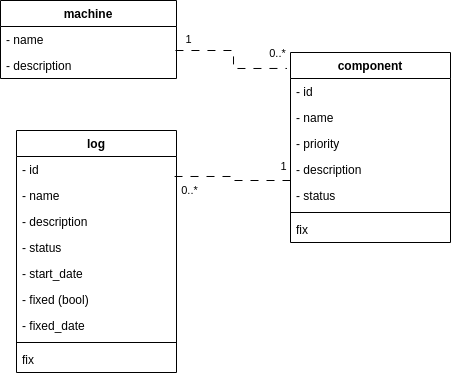
This is Docs/images/class_diagram.drawio.png from mmed-hajnasr/upkeep, a draw.io export, as it was before one commit. Source tidied: cells renumbered, new cells last; positions are measured from the earlier drawing's top-left corner, leaving out a move shared by most shapes.
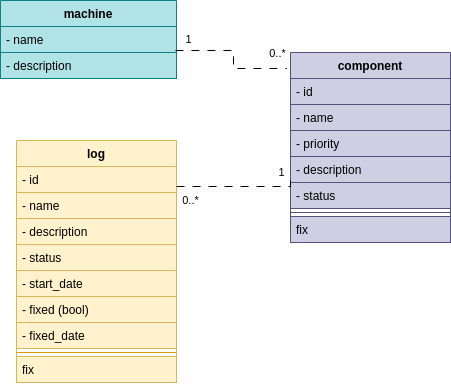
After the change.

Change to the diagram source:
```diff
@@ -2,37 +2,37 @@
   <root>
     <mxCell id="0" />
     <mxCell id="1" parent="0" />
-    <mxCell id="2" value="machine" style="swimlane;fontStyle=1;align=center;verticalAlign=top;horizontal=1;startSize=26;whiteSpace=wrap;html=1;" parent="1" vertex="1">
+    <mxCell id="2" value="machine" style="swimlane;fontStyle=1;align=center;verticalAlign=top;horizontal=1;startSize=26;whiteSpace=wrap;html=1;fillColor=#b0e3e6;strokeColor=#0e8088;" parent="1" vertex="1">
       <mxGeometry width="176" height="78" as="geometry" />
     </mxCell>
-    <mxCell id="3" value="- name" style="text;align=left;verticalAlign=top;spacingLeft=4;spacingRight=4;overflow=hidden;points=[[0,0.5],[1,0.5]];portConstraint=eastwest;whiteSpace=wrap;html=1;" parent="2" vertex="1">
+    <mxCell id="3" value="- name" style="text;align=left;verticalAlign=top;spacingLeft=4;spacingRight=4;overflow=hidden;points=[[0,0.5],[1,0.5]];portConstraint=eastwest;whiteSpace=wrap;html=1;fillColor=#b0e3e6;strokeColor=#0e8088;" parent="2" vertex="1">
       <mxGeometry y="26" width="176" height="26" as="geometry" />
     </mxCell>
-    <mxCell id="4" value="- description" style="text;align=left;verticalAlign=top;spacingLeft=4;spacingRight=4;overflow=hidden;whiteSpace=wrap;html=1;" parent="2" vertex="1">
+    <mxCell id="4" value="- description" style="text;align=left;verticalAlign=top;spacingLeft=4;spacingRight=4;overflow=hidden;whiteSpace=wrap;html=1;fillColor=#b0e3e6;strokeColor=#0e8088;" parent="2" vertex="1">
       <mxGeometry y="52" width="176" height="26" as="geometry" />
     </mxCell>
-    <mxCell id="5" value="component" style="swimlane;fontStyle=1;align=center;verticalAlign=top;horizontal=1;startSize=26;whiteSpace=wrap;html=1;" parent="1" vertex="1">
+    <mxCell id="5" value="component" style="swimlane;fontStyle=1;align=center;verticalAlign=top;horizontal=1;startSize=26;whiteSpace=wrap;html=1;fillColor=#d0cee2;strokeColor=#56517e;" parent="1" vertex="1">
       <mxGeometry x="290" y="52" width="160" height="190" as="geometry" />
     </mxCell>
-    <mxCell id="6" value="- id" style="text;strokeColor=none;fillColor=none;align=left;verticalAlign=top;spacingLeft=4;spacingRight=4;overflow=hidden;whiteSpace=wrap;html=1;" parent="5" vertex="1">
+    <mxCell id="6" value="- id" style="text;align=left;verticalAlign=top;spacingLeft=4;spacingRight=4;overflow=hidden;whiteSpace=wrap;html=1;fillColor=#d0cee2;strokeColor=#56517e;" parent="5" vertex="1">
       <mxGeometry y="26" width="160" height="26" as="geometry" />
     </mxCell>
-    <mxCell id="7" value="- name" style="text;strokeColor=none;fillColor=none;align=left;verticalAlign=top;spacingLeft=4;spacingRight=4;overflow=hidden;whiteSpace=wrap;html=1;" parent="5" vertex="1">
+    <mxCell id="7" value="- name" style="text;align=left;verticalAlign=top;spacingLeft=4;spacingRight=4;overflow=hidden;whiteSpace=wrap;html=1;fillColor=#d0cee2;strokeColor=#56517e;" parent="5" vertex="1">
       <mxGeometry y="52" width="160" height="26" as="geometry" />
     </mxCell>
-    <mxCell id="8" value="- priority" style="text;strokeColor=none;fillColor=none;align=left;verticalAlign=top;spacingLeft=4;spacingRight=4;overflow=hidden;whiteSpace=wrap;html=1;" parent="5" vertex="1">
+    <mxCell id="8" value="- priority" style="text;align=left;verticalAlign=top;spacingLeft=4;spacingRight=4;overflow=hidden;whiteSpace=wrap;html=1;fillColor=#d0cee2;strokeColor=#56517e;" parent="5" vertex="1">
       <mxGeometry y="78" width="160" height="26" as="geometry" />
     </mxCell>
-    <mxCell id="9" value="- description" style="text;strokeColor=none;fillColor=none;align=left;verticalAlign=top;spacingLeft=4;spacingRight=4;overflow=hidden;points=[[0,0.5],[1,0.5]];portConstraint=eastwest;whiteSpace=wrap;html=1;" parent="5" vertex="1">
+    <mxCell id="9" value="- description" style="text;align=left;verticalAlign=top;spacingLeft=4;spacingRight=4;overflow=hidden;points=[[0,0.5],[1,0.5]];portConstraint=eastwest;whiteSpace=wrap;html=1;fillColor=#d0cee2;strokeColor=#56517e;" parent="5" vertex="1">
       <mxGeometry y="104" width="160" height="26" as="geometry" />
     </mxCell>
-    <mxCell id="10" value="&lt;div&gt;- status&lt;/div&gt;" style="text;strokeColor=none;fillColor=none;align=left;verticalAlign=top;spacingLeft=4;spacingRight=4;overflow=hidden;whiteSpace=wrap;html=1;" parent="5" vertex="1">
+    <mxCell id="10" value="&lt;div&gt;- status&lt;/div&gt;" style="text;align=left;verticalAlign=top;spacingLeft=4;spacingRight=4;overflow=hidden;whiteSpace=wrap;html=1;fillColor=#d0cee2;strokeColor=#56517e;" parent="5" vertex="1">
       <mxGeometry y="130" width="160" height="26" as="geometry" />
     </mxCell>
     <mxCell id="11" style="line;strokeWidth=1;fillColor=none;align=left;verticalAlign=middle;spacingTop=-1;spacingLeft=3;spacingRight=3;labelPosition=right;strokeColor=inherit;" parent="5" vertex="1">
       <mxGeometry y="156" width="160" height="8" as="geometry" />
     </mxCell>
-    <mxCell id="12" value="fix&amp;nbsp;" style="text;strokeColor=none;fillColor=none;align=left;verticalAlign=top;spacingLeft=4;spacingRight=4;overflow=hidden;whiteSpace=wrap;html=1;" parent="5" vertex="1">
+    <mxCell id="12" value="fix&amp;nbsp;" style="text;align=left;verticalAlign=top;spacingLeft=4;spacingRight=4;overflow=hidden;whiteSpace=wrap;html=1;fillColor=#d0cee2;strokeColor=#56517e;" parent="5" vertex="1">
       <mxGeometry y="164" width="160" height="26" as="geometry" />
     </mxCell>
     <mxCell id="13" style="edgeStyle=orthogonalEdgeStyle;rounded=0;jettySize=auto;html=1;entryX=-0.022;entryY=0.084;entryDx=0;entryDy=0;startArrow=none;startFill=0;endArrow=none;endFill=0;dashed=1;dashPattern=8 8;exitX=0.994;exitY=0.923;exitDx=0;exitDy=0;exitPerimeter=0;entryPerimeter=0;" parent="1" edge="1" source="3" target="5">
@@ -48,42 +48,46 @@
         <mxPoint y="-14" as="offset" />
       </mxGeometry>
     </mxCell>
-    <mxCell id="16" value="log" style="swimlane;fontStyle=1;align=center;verticalAlign=top;horizontal=1;startSize=26;whiteSpace=wrap;html=1;" parent="1" vertex="1">
-      <mxGeometry x="16" y="130" width="160" height="242" as="geometry" />
+    <mxCell id="16" value="log" style="swimlane;fontStyle=1;align=center;verticalAlign=top;horizontal=1;startSize=26;whiteSpace=wrap;html=1;fillColor=#fff2cc;strokeColor=#d6b656;" parent="1" vertex="1">
+      <mxGeometry x="16" y="140" width="160" height="242" as="geometry" />
     </mxCell>
-    <mxCell id="17" value="- id" style="text;strokeColor=none;fillColor=none;align=left;verticalAlign=top;spacingLeft=4;spacingRight=4;overflow=hidden;points=[[0,0.5],[1,0.5]];portConstraint=eastwest;whiteSpace=wrap;html=1;" parent="16" vertex="1">
+    <mxCell id="17" value="- id" style="text;align=left;verticalAlign=top;spacingLeft=4;spacingRight=4;overflow=hidden;points=[[0,0.5],[1,0.5]];portConstraint=eastwest;whiteSpace=wrap;html=1;fillColor=#fff2cc;strokeColor=#d6b656;" parent="16" vertex="1">
       <mxGeometry y="26" width="160" height="26" as="geometry" />
     </mxCell>
-    <mxCell id="18" value="- name" style="text;strokeColor=none;fillColor=none;align=left;verticalAlign=top;spacingLeft=4;spacingRight=4;overflow=hidden;whiteSpace=wrap;html=1;" parent="16" vertex="1">
+    <mxCell id="18" value="- name" style="text;align=left;verticalAlign=top;spacingLeft=4;spacingRight=4;overflow=hidden;whiteSpace=wrap;html=1;fillColor=#fff2cc;strokeColor=#d6b656;" parent="16" vertex="1">
       <mxGeometry y="52" width="160" height="26" as="geometry" />
     </mxCell>
-    <mxCell id="19" value="- description" style="text;strokeColor=none;fillColor=none;align=left;verticalAlign=top;spacingLeft=4;spacingRight=4;overflow=hidden;whiteSpace=wrap;html=1;" parent="16" vertex="1">
+    <mxCell id="19" value="- description" style="text;align=left;verticalAlign=top;spacingLeft=4;spacingRight=4;overflow=hidden;whiteSpace=wrap;html=1;fillColor=#fff2cc;strokeColor=#d6b656;" parent="16" vertex="1">
       <mxGeometry y="78" width="160" height="26" as="geometry" />
     </mxCell>
-    <mxCell id="20" value="&lt;div&gt;- status&lt;/div&gt;" style="text;strokeColor=none;fillColor=none;align=left;verticalAlign=top;spacingLeft=4;spacingRight=4;overflow=hidden;whiteSpace=wrap;html=1;" parent="16" vertex="1">
+    <mxCell id="20" value="&lt;div&gt;- status&lt;/div&gt;" style="text;align=left;verticalAlign=top;spacingLeft=4;spacingRight=4;overflow=hidden;whiteSpace=wrap;html=1;fillColor=#fff2cc;strokeColor=#d6b656;" parent="16" vertex="1">
       <mxGeometry y="104" width="160" height="26" as="geometry" />
     </mxCell>
-    <mxCell id="21" value="- start_date" style="text;strokeColor=none;fillColor=none;align=left;verticalAlign=top;spacingLeft=4;spacingRight=4;overflow=hidden;whiteSpace=wrap;html=1;" parent="16" vertex="1">
+    <mxCell id="21" value="- start_date" style="text;align=left;verticalAlign=top;spacingLeft=4;spacingRight=4;overflow=hidden;whiteSpace=wrap;html=1;fillColor=#fff2cc;strokeColor=#d6b656;" parent="16" vertex="1">
       <mxGeometry y="130" width="160" height="26" as="geometry" />
     </mxCell>
-    <mxCell id="22" value="- fixed (bool)&lt;div&gt;&lt;br&gt;&lt;/div&gt;" style="text;strokeColor=none;fillColor=none;align=left;verticalAlign=top;spacingLeft=4;spacingRight=4;overflow=hidden;whiteSpace=wrap;html=1;" parent="16" vertex="1">
+    <mxCell id="22" value="- fixed (bool)&lt;div&gt;&lt;br&gt;&lt;/div&gt;" style="text;align=left;verticalAlign=top;spacingLeft=4;spacingRight=4;overflow=hidden;whiteSpace=wrap;html=1;fillColor=#fff2cc;strokeColor=#d6b656;" parent="16" vertex="1">
       <mxGeometry y="156" width="160" height="26" as="geometry" />
     </mxCell>
-    <mxCell id="23" value="- fixed_date" style="text;strokeColor=none;fillColor=none;align=left;verticalAlign=top;spacingLeft=4;spacingRight=4;overflow=hidden;whiteSpace=wrap;html=1;" parent="16" vertex="1">
+    <mxCell id="23" value="- fixed_date" style="text;align=left;verticalAlign=top;spacingLeft=4;spacingRight=4;overflow=hidden;whiteSpace=wrap;html=1;fillColor=#fff2cc;strokeColor=#d6b656;" parent="16" vertex="1">
       <mxGeometry y="182" width="160" height="26" as="geometry" />
     </mxCell>
-    <mxCell id="24" style="line;strokeWidth=1;fillColor=none;align=left;verticalAlign=middle;spacingTop=-1;spacingLeft=3;spacingRight=3;labelPosition=right;strokeColor=inherit;" parent="16" vertex="1">
+    <mxCell id="24" style="line;strokeWidth=1;fillColor=#ffe6cc;align=left;verticalAlign=middle;spacingTop=-1;spacingLeft=3;spacingRight=3;labelPosition=right;strokeColor=#d79b00;" parent="16" vertex="1">
       <mxGeometry y="208" width="160" height="8" as="geometry" />
     </mxCell>
-    <mxCell id="25" value="fix&amp;nbsp;" style="text;strokeColor=none;fillColor=none;align=left;verticalAlign=top;spacingLeft=4;spacingRight=4;overflow=hidden;whiteSpace=wrap;html=1;" parent="16" vertex="1">
+    <mxCell id="25" value="fix&amp;nbsp;" style="text;align=left;verticalAlign=top;spacingLeft=4;spacingRight=4;overflow=hidden;whiteSpace=wrap;html=1;fillColor=#fff2cc;strokeColor=#d6b656;" parent="16" vertex="1">
       <mxGeometry y="216" width="160" height="26" as="geometry" />
     </mxCell>
     <mxCell id="26" style="rounded=0;jettySize=auto;html=1;startArrow=none;startFill=0;endArrow=none;endFill=0;dashed=1;dashPattern=8 8;exitX=0;exitY=0.923;exitDx=0;exitDy=0;exitPerimeter=0;entryX=0.988;entryY=0.769;entryDx=0;entryDy=0;entryPerimeter=0;edgeStyle=orthogonalEdgeStyle;" parent="1" edge="1" source="9" target="17">
-      <mxGeometry relative="1" as="geometry" />
+      <mxGeometry relative="1" as="geometry">
+        <Array as="points">
+          <mxPoint x="290" y="186" />
+        </Array>
+      </mxGeometry>
     </mxCell>
     <mxCell id="27" value="1" style="edgeLabel;html=1;align=center;verticalAlign=middle;" parent="26" vertex="1">
       <mxGeometry x="-0.76" y="1" relative="1" as="geometry">
-        <mxPoint x="7" y="-15" as="offset" />
+        <mxPoint x="-1" y="-15" as="offset" />
       </mxGeometry>
     </mxCell>
     <mxCell id="28" value="0..*" style="edgeLabel;html=1;align=center;verticalAlign=middle;" parent="26" vertex="1">
```
